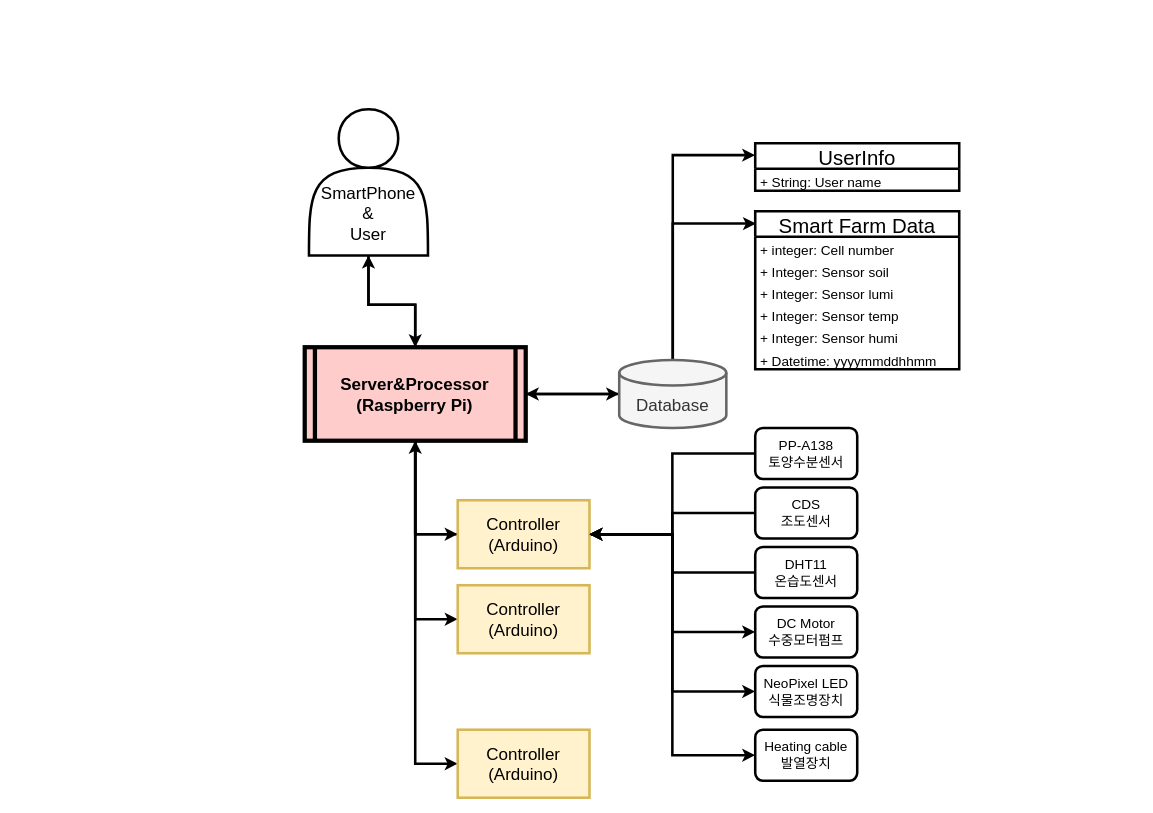
Above: 계획서/system architecture/spam.drawio in qkrtldhs12/Smart-Phone-Application-can-Monitor-smart-farm (draw.io), before the change. Source tidied: cells renumbered, new cells numbered last; positions are measured from the earlier drawing's top-left corner, leaving out a move shared by most shapes. Both pictures are drawn from the tidied source at 85%, with x=0, y=0 at pixel (304, 109).
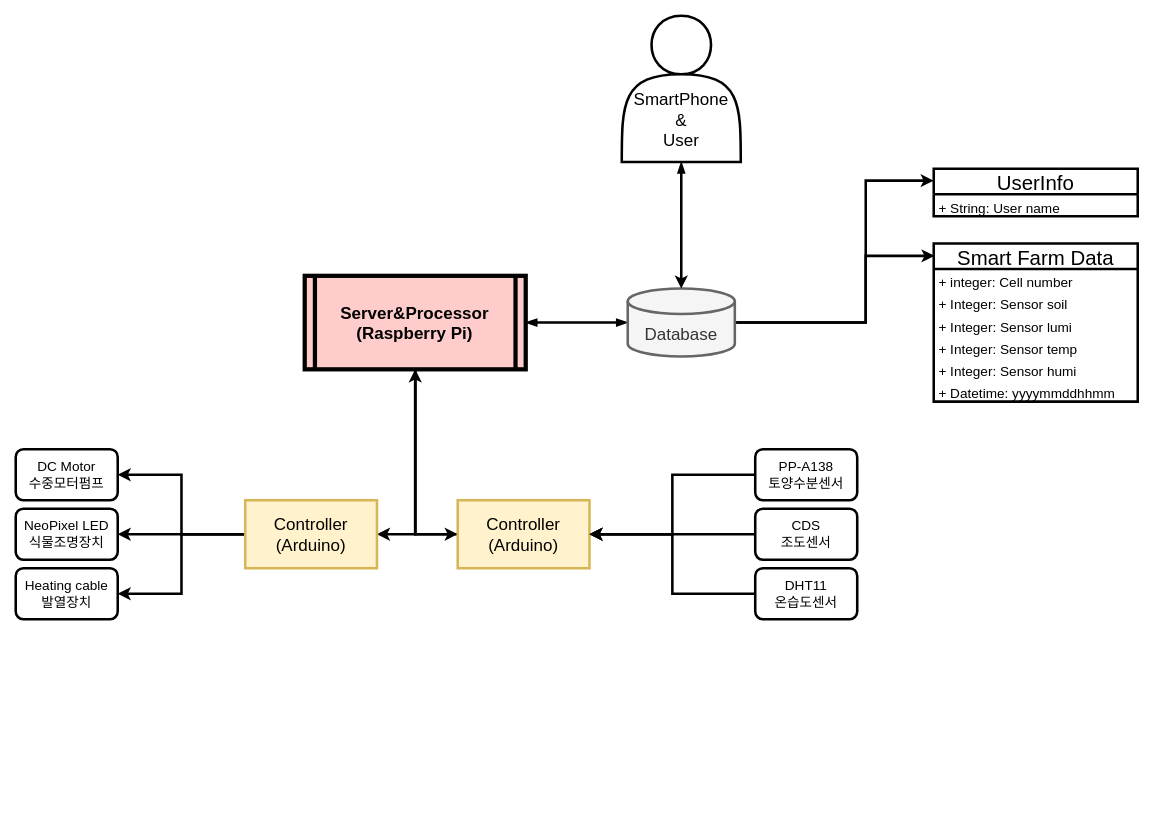
The same diagram, later.

The change refers to these unchanged cells:
```xml
<mxCell id="27" value="Controller&lt;br style=&quot;font-size: 20px;&quot;&gt;(Arduino)" style="rounded=0;whiteSpace=wrap;html=1;fontSize=20;strokeWidth=3;fillColor=#fff2cc;strokeColor=#d6b656;" parent="1" vertex="1">
  <mxGeometry x="180" y="460" width="155" height="80" as="geometry" />
</mxCell>
```

What changed in the source:
```diff
@@
-    <mxCell id="2" style="edgeStyle=orthogonalEdgeStyle;rounded=0;jettySize=auto;html=1;entryX=0.5;entryY=1;entryDx=0;entryDy=0;fontSize=20;strokeWidth=3;exitX=0.5;exitY=0;exitDx=0;exitDy=0;" parent="1" edge="1" source="7" target="13">
-      <mxGeometry relative="1" as="geometry">
-        <Array as="points">
-          <mxPoint x="130" y="230" />
-          <mxPoint x="75" y="230" />
-        </Array>
-      </mxGeometry>
-    </mxCell>
+    <mxCell id="4" style="edgeStyle=orthogonalEdgeStyle;rounded=0;jettySize=auto;html=1;entryX=0;entryY=0.5;entryDx=0;entryDy=0;fontSize=20;strokeWidth=3;" parent="1" edge="1" source="7" target="27">
+      <mxGeometry relative="1" as="geometry">
+        <Array as="points">
+          <mxPoint x="130" y="500" />
+        </Array>
+      </mxGeometry>
+    </mxCell>
+    <mxCell id="6" style="edgeStyle=orthogonalEdgeStyle;rounded=0;jettySize=auto;html=1;entryX=1;entryY=0.5;entryDx=0;entryDy=0;fontSize=16;strokeWidth=3;" parent="1" edge="1" source="7" target="29">
+      <mxGeometry relative="1" as="geometry" />
+    </mxCell>
-    <mxCell id="3" style="edgeStyle=orthogonalEdgeStyle;rounded=0;jettySize=auto;html=1;fontSize=20;strokeWidth=3;" parent="1" edge="1" source="7" target="11">
+    <mxCell id="3" style="edgeStyle=orthogonalEdgeStyle;rounded=0;jettySize=auto;html=1;entryX=0;entryY=0.5;entryDx=0;entryDy=0;entryPerimeter=0;startArrow=blockThin;startFill=1;endArrow=blockThin;endFill=1;strokeWidth=3;" parent="1" edge="1" source="7" target="11">
       <mxGeometry relative="1" as="geometry" />
     </mxCell>
-    <mxCell id="4" style="edgeStyle=orthogonalEdgeStyle;rounded=0;jettySize=auto;html=1;entryX=0;entryY=0.5;entryDx=0;entryDy=0;fontSize=20;strokeWidth=3;" parent="1" edge="1" source="7" target="27">
-      <mxGeometry relative="1" as="geometry">
-        <Array as="points">
-          <mxPoint x="130" y="500" />
-        </Array>
-      </mxGeometry>
-    </mxCell>
-    <mxCell id="5" style="edgeStyle=orthogonalEdgeStyle;rounded=0;jettySize=auto;html=1;entryX=0;entryY=0.5;entryDx=0;entryDy=0;fontSize=16;strokeWidth=3;" parent="1" edge="1" source="7" target="28">
-      <mxGeometry relative="1" as="geometry" />
-    </mxCell>
-    <mxCell id="6" style="edgeStyle=orthogonalEdgeStyle;rounded=0;jettySize=auto;html=1;entryX=0;entryY=0.5;entryDx=0;entryDy=0;fontSize=16;strokeWidth=3;" parent="1" edge="1" source="7" target="29">
-      <mxGeometry relative="1" as="geometry" />
-    </mxCell>
     <mxCell id="7" value="Server&amp;Processor&#10;(Raspberry Pi)" style="shape=process;whiteSpace=wrap;align=center;verticalAlign=middle;size=0.0475;fontStyle=1;strokeWidth=5;fillColor=#FFCCCC;fontSize=20;" parent="1" vertex="1">
-      <mxGeometry y="280" width="260" height="110" as="geometry" />
+      <mxGeometry y="196" width="260" height="110" as="geometry" />
     </mxCell>
-    <mxCell id="8" style="edgeStyle=orthogonalEdgeStyle;rounded=0;jettySize=auto;html=1;entryX=1;entryY=0.5;entryDx=0;entryDy=0;fontSize=20;strokeWidth=3;" parent="1" edge="1" source="11" target="7">
-      <mxGeometry relative="1" as="geometry" />
-    </mxCell>
-    <mxCell id="9" style="edgeStyle=orthogonalEdgeStyle;rounded=0;jettySize=auto;html=1;entryX=0;entryY=0.25;entryDx=0;entryDy=0;fontSize=16;strokeWidth=3;" parent="1" edge="1" source="11" target="14">
+    <mxCell id="9" style="edgeStyle=orthogonalEdgeStyle;rounded=0;jettySize=auto;html=1;entryX=0;entryY=0.25;entryDx=0;entryDy=0;fontSize=16;strokeWidth=3;exitX=1;exitY=0.5;exitDx=0;exitDy=0;exitPerimeter=0;" parent="1" edge="1" source="11" target="14">
       <mxGeometry relative="1" as="geometry">
         <Array as="points">
-          <mxPoint x="433" y="54" />
+          <mxPoint x="660" y="251" />
+          <mxPoint x="660" y="84" />
         </Array>
       </mxGeometry>
     </mxCell>
-    <mxCell id="10" style="edgeStyle=orthogonalEdgeStyle;rounded=0;jettySize=auto;html=1;entryX=0.004;entryY=0.078;entryDx=0;entryDy=0;entryPerimeter=0;fontSize=16;strokeWidth=3;" parent="1" edge="1" source="11" target="16">
+    <mxCell id="10" style="edgeStyle=orthogonalEdgeStyle;rounded=0;jettySize=auto;html=1;entryX=0.004;entryY=0.078;entryDx=0;entryDy=0;entryPerimeter=0;fontSize=16;strokeWidth=3;exitX=1;exitY=0.5;exitDx=0;exitDy=0;exitPerimeter=0;" parent="1" edge="1" source="11" target="16">
       <mxGeometry relative="1" as="geometry">
         <Array as="points">
-          <mxPoint x="433" y="135" />
+          <mxPoint x="660" y="251" />
+          <mxPoint x="660" y="173" />
         </Array>
       </mxGeometry>
     </mxCell>
     <mxCell id="11" value="Database" style="shape=cylinder3;whiteSpace=wrap;html=1;boundedLbl=1;backgroundOutline=1;size=15;fontSize=20;strokeWidth=3;fillColor=#f5f5f5;strokeColor=#666666;fontColor=#333333;" parent="1" vertex="1">
-      <mxGeometry x="370" y="295" width="126" height="80" as="geometry" />
+      <mxGeometry x="380" y="211" width="126" height="80" as="geometry" />
     </mxCell>
-    <mxCell id="12" style="edgeStyle=orthogonalEdgeStyle;rounded=0;jettySize=auto;html=1;exitX=0.5;exitY=1;exitDx=0;exitDy=0;entryX=0.5;entryY=0;entryDx=0;entryDy=0;fontSize=20;strokeWidth=3;" parent="1" edge="1" source="13" target="7">
-      <mxGeometry relative="1" as="geometry">
-        <Array as="points">
-          <mxPoint x="75" y="230" />
-          <mxPoint x="130" y="230" />
-        </Array>
-      </mxGeometry>
-    </mxCell>
+    <mxCell id="39" style="edgeStyle=orthogonalEdgeStyle;rounded=0;jettySize=auto;html=1;entryX=0.5;entryY=0;entryDx=0;entryDy=0;entryPerimeter=0;strokeWidth=3;startArrow=blockThin;startFill=1;" parent="1" edge="1" source="13" target="11">
+      <mxGeometry relative="1" as="geometry" />
+    </mxCell>
     <mxCell id="13" value="&lt;br&gt;&lt;br&gt;&lt;br&gt;SmartPhone&lt;br&gt;&amp;amp;&lt;br&gt;User" style="shape=actor;whiteSpace=wrap;html=1;fontSize=20;strokeWidth=3;" parent="1" vertex="1">
-      <mxGeometry x="5" width="140" height="172" as="geometry" />
+      <mxGeometry x="373" y="-110" width="140" height="172" as="geometry" />
     </mxCell>
     <mxCell id="14" value="UserInfo" style="swimlane;fontStyle=0;horizontal=1;startSize=30;fillColor=none;fontSize=24;strokeWidth=3;" parent="1" vertex="1">
-      <mxGeometry x="530" y="40" width="240" height="56" as="geometry" />
+      <mxGeometry x="740" y="70" width="240" height="56" as="geometry" />
     </mxCell>
@@
     <mxCell id="16" value="Smart Farm Data" style="swimlane;fontStyle=0;horizontal=1;startSize=30;fillColor=none;fontSize=24;strokeWidth=3;" parent="1" vertex="1">
-      <mxGeometry x="530" y="120" width="240" height="186" as="geometry" />
+      <mxGeometry x="740" y="158" width="240" height="186" as="geometry" />
     </mxCell>
@@
-    <mxCell id="24" style="edgeStyle=orthogonalEdgeStyle;rounded=0;jettySize=auto;html=1;entryX=0;entryY=0.5;entryDx=0;entryDy=0;fontSize=16;strokeWidth=3;" parent="1" edge="1" source="27" target="36">
-      <mxGeometry relative="1" as="geometry" />
-    </mxCell>
-    <mxCell id="25" style="edgeStyle=orthogonalEdgeStyle;rounded=0;jettySize=auto;html=1;entryX=0;entryY=0.5;entryDx=0;entryDy=0;fontSize=16;strokeWidth=3;" parent="1" edge="1" source="27" target="37">
-      <mxGeometry relative="1" as="geometry" />
-    </mxCell>
-    <mxCell id="26" style="edgeStyle=orthogonalEdgeStyle;rounded=0;jettySize=auto;html=1;entryX=0;entryY=0.5;entryDx=0;entryDy=0;fontSize=16;strokeWidth=3;" parent="1" edge="1" source="27" target="38">
-      <mxGeometry relative="1" as="geometry" />
-    </mxCell>
@@
-    <mxCell id="28" value="Controller&lt;br style=&quot;font-size: 20px;&quot;&gt;(Arduino)" style="rounded=0;whiteSpace=wrap;html=1;fontSize=20;strokeWidth=3;fillColor=#fff2cc;strokeColor=#d6b656;" parent="1" vertex="1">
-      <mxGeometry x="180" y="560" width="155" height="80" as="geometry" />
-    </mxCell>
+    <mxCell id="40" style="edgeStyle=orthogonalEdgeStyle;rounded=0;jettySize=auto;html=1;exitX=0;exitY=0.5;exitDx=0;exitDy=0;entryX=1;entryY=0.5;entryDx=0;entryDy=0;strokeWidth=3;" parent="1" edge="1" source="29" target="38">
+      <mxGeometry relative="1" as="geometry" />
+    </mxCell>
+    <mxCell id="41" style="edgeStyle=orthogonalEdgeStyle;rounded=0;jettySize=auto;html=1;exitX=0;exitY=0.5;exitDx=0;exitDy=0;entryX=1;entryY=0.5;entryDx=0;entryDy=0;strokeWidth=3;" parent="1" edge="1" source="29" target="36">
+      <mxGeometry relative="1" as="geometry" />
+    </mxCell>
+    <mxCell id="42" style="edgeStyle=orthogonalEdgeStyle;rounded=0;jettySize=auto;html=1;exitX=0;exitY=0.5;exitDx=0;exitDy=0;entryX=1;entryY=0.5;entryDx=0;entryDy=0;strokeWidth=3;" parent="1" edge="1" source="29" target="37">
+      <mxGeometry relative="1" as="geometry" />
+    </mxCell>
     <mxCell id="29" value="Controller&lt;br style=&quot;font-size: 20px;&quot;&gt;(Arduino)" style="rounded=0;whiteSpace=wrap;html=1;fontSize=20;strokeWidth=3;fillColor=#fff2cc;strokeColor=#d6b656;" parent="1" vertex="1">
-      <mxGeometry x="180" y="730" width="155" height="80" as="geometry" />
+      <mxGeometry x="-70" y="460" width="155" height="80" as="geometry" />
     </mxCell>
@@
     <mxCell id="31" value="PP-A138&lt;br&gt;토양수분센서" style="rounded=1;whiteSpace=wrap;html=1;fontSize=16;strokeWidth=3;" parent="1" vertex="1">
-      <mxGeometry x="530" y="375" width="120" height="60" as="geometry" />
+      <mxGeometry x="530" y="400" width="120" height="60" as="geometry" />
     </mxCell>
@@
     <mxCell id="33" value="CDS&lt;br&gt;조도센서" style="rounded=1;whiteSpace=wrap;html=1;fontSize=16;strokeWidth=3;" parent="1" vertex="1">
-      <mxGeometry x="530" y="445" width="120" height="60" as="geometry" />
+      <mxGeometry x="530" y="470" width="120" height="60" as="geometry" />
     </mxCell>
@@
     <mxCell id="35" value="DHT11&lt;br&gt;온습도센서" style="rounded=1;whiteSpace=wrap;html=1;fontSize=16;strokeWidth=3;" parent="1" vertex="1">
-      <mxGeometry x="530" y="515" width="120" height="60" as="geometry" />
+      <mxGeometry x="530" y="540" width="120" height="60" as="geometry" />
     </mxCell>
     <mxCell id="36" value="DC Motor&lt;br&gt;수중모터펌프" style="rounded=1;whiteSpace=wrap;html=1;fontSize=16;strokeWidth=3;" parent="1" vertex="1">
-      <mxGeometry x="530" y="585" width="120" height="60" as="geometry" />
+      <mxGeometry x="-340" y="400" width="120" height="60" as="geometry" />
     </mxCell>
     <mxCell id="37" value="NeoPixel LED&lt;br&gt;식물조명장치" style="rounded=1;whiteSpace=wrap;html=1;fontSize=16;strokeWidth=3;" parent="1" vertex="1">
-      <mxGeometry x="530" y="655" width="120" height="60" as="geometry" />
+      <mxGeometry x="-340" y="470" width="120" height="60" as="geometry" />
     </mxCell>
     <mxCell id="38" value="Heating cable&lt;br&gt;발열장치" style="rounded=1;whiteSpace=wrap;html=1;fontSize=16;strokeWidth=3;" parent="1" vertex="1">
-      <mxGeometry x="530" y="730" width="120" height="60" as="geometry" />
+      <mxGeometry x="-340" y="540" width="120" height="60" as="geometry" />
     </mxCell>
```
